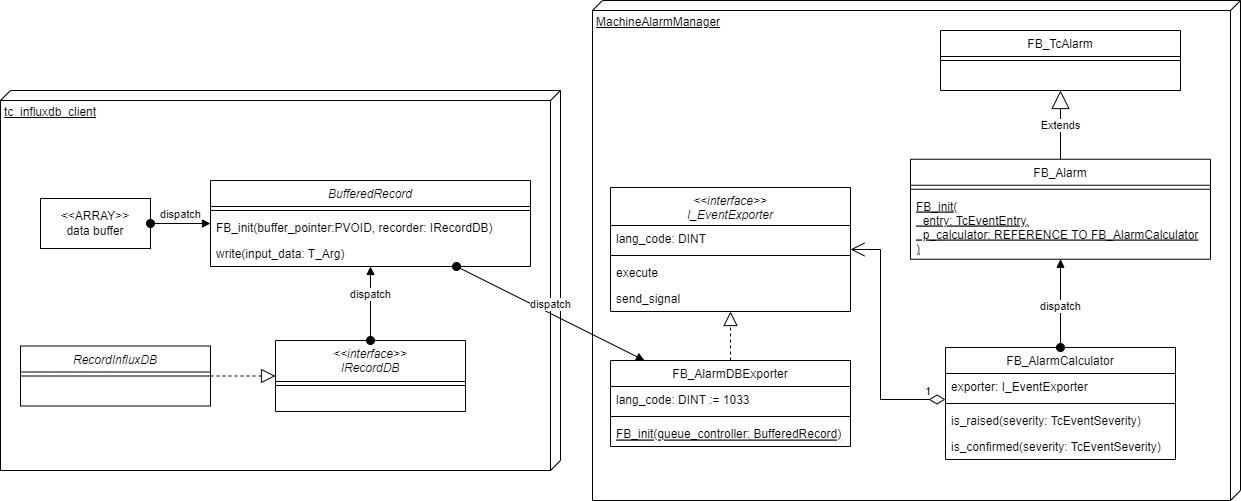
ta-ichihashi/TwinCATHowTo keeps this draw.io diagram as source/event_logger/assets/model.drawio.png. Above is the earlier version. Source tidied: cells renumbered, new cells last; positions are measured from the earlier drawing's top-left corner, leaving out a move shared by most shapes. Its diagram source:
```xml
<mxGraphModel>
  <root>
    <mxCell id="0" />
    <mxCell id="1" parent="0" />
    <mxCell id="2" value="MachineAlarmManager" style="verticalAlign=top;align=left;spacingTop=8;spacingLeft=2;spacingRight=12;shape=cube;size=10;direction=south;fontStyle=4;html=1;whiteSpace=wrap;" parent="1" vertex="1">
      <mxGeometry x="592" width="648" height="500" as="geometry" />
    </mxCell>
    <mxCell id="3" value="tc_influxdb_client" style="verticalAlign=top;align=left;spacingTop=8;spacingLeft=2;spacingRight=12;shape=cube;size=10;direction=south;fontStyle=4;html=1;whiteSpace=wrap;" parent="1" vertex="1">
      <mxGeometry y="90" width="560" height="380" as="geometry" />
    </mxCell>
    <mxCell id="4" value="&lt;&lt;interface&gt;&gt;&#10;I_EventExporter" style="swimlane;fontStyle=2;align=center;verticalAlign=top;horizontal=1;startSize=38;rounded=0;shadow=0;strokeWidth=1;" parent="1" vertex="1">
      <mxGeometry x="610" y="187" width="240" height="124" as="geometry" />
    </mxCell>
    <mxCell id="5" value="lang_code: DINT" style="text;align=left;verticalAlign=top;spacingLeft=4;spacingRight=4;overflow=hidden;" parent="4" vertex="1">
      <mxGeometry y="38" width="240" height="26" as="geometry" />
    </mxCell>
    <mxCell id="6" style="line;html=1;strokeWidth=1;align=left;verticalAlign=middle;spacingTop=-1;spacingLeft=3;spacingRight=3;labelPosition=right;" parent="4" vertex="1">
      <mxGeometry y="64" width="240" height="8" as="geometry" />
    </mxCell>
    <mxCell id="7" value="execute" style="text;align=left;verticalAlign=top;spacingLeft=4;spacingRight=4;overflow=hidden;" parent="4" vertex="1">
      <mxGeometry y="72" width="240" height="26" as="geometry" />
    </mxCell>
    <mxCell id="8" value="send_signal" style="text;align=left;verticalAlign=top;spacingLeft=4;spacingRight=4;overflow=hidden;" parent="4" vertex="1">
      <mxGeometry y="98" width="240" height="26" as="geometry" />
    </mxCell>
    <mxCell id="9" value="FB_AlarmDBExporter" style="swimlane;fontStyle=0;align=center;verticalAlign=top;horizontal=1;startSize=26;rounded=0;shadow=0;strokeWidth=1;" parent="1" vertex="1">
      <mxGeometry x="610" y="360" width="240" height="86" as="geometry" />
    </mxCell>
    <mxCell id="10" value="lang_code: DINT := 1033" style="text;align=left;verticalAlign=top;spacingLeft=4;spacingRight=4;overflow=hidden;rounded=0;shadow=0;html=0;" parent="9" vertex="1">
      <mxGeometry y="26" width="240" height="26" as="geometry" />
    </mxCell>
    <mxCell id="11" style="line;html=1;strokeWidth=1;align=left;verticalAlign=middle;spacingTop=-1;spacingLeft=3;spacingRight=3;labelPosition=right;" parent="9" vertex="1">
      <mxGeometry y="52" width="240" height="8" as="geometry" />
    </mxCell>
    <mxCell id="12" value="FB_init(queue_controller: BufferedRecord)" style="text;align=left;verticalAlign=top;spacingLeft=4;spacingRight=4;overflow=hidden;points=[[0,0.5],[1,0.5]];portConstraint=eastwest;fontStyle=4;" parent="9" vertex="1">
      <mxGeometry y="60" width="240" height="26" as="geometry" />
    </mxCell>
    <mxCell id="13" value="FB_AlarmCalculator" style="swimlane;fontStyle=0;align=center;verticalAlign=top;horizontal=1;startSize=26;rounded=0;shadow=0;strokeWidth=1;" parent="1" vertex="1">
      <mxGeometry x="945" y="347" width="230" height="112" as="geometry" />
    </mxCell>
    <mxCell id="14" value="exporter: I_EventExporter" style="text;align=left;verticalAlign=top;spacingLeft=4;spacingRight=4;overflow=hidden;points=[[0,0.5],[1,0.5]];portConstraint=eastwest;" parent="13" vertex="1">
      <mxGeometry y="26" width="230" height="26" as="geometry" />
    </mxCell>
    <mxCell id="15" style="line;html=1;strokeWidth=1;align=left;verticalAlign=middle;spacingTop=-1;spacingLeft=3;spacingRight=3;labelPosition=right;" parent="13" vertex="1">
      <mxGeometry y="52" width="230" height="8" as="geometry" />
    </mxCell>
    <mxCell id="16" value="is_raised(severity: TcEventSeverity)" style="text;align=left;verticalAlign=top;spacingLeft=4;spacingRight=4;overflow=hidden;" parent="13" vertex="1">
      <mxGeometry y="60" width="230" height="26" as="geometry" />
    </mxCell>
    <mxCell id="17" value="is_confirmed(severity: TcEventSeverity)" style="text;align=left;verticalAlign=top;spacingLeft=4;spacingRight=4;overflow=hidden;" parent="13" vertex="1">
      <mxGeometry y="86" width="230" height="26" as="geometry" />
    </mxCell>
    <mxCell id="18" value="BufferedRecord" style="swimlane;fontStyle=2;align=center;verticalAlign=top;horizontal=1;startSize=26;rounded=0;shadow=0;strokeWidth=1;" parent="1" vertex="1">
      <mxGeometry x="210" y="180" width="320" height="86" as="geometry" />
    </mxCell>
    <mxCell id="19" style="line;html=1;strokeWidth=1;align=left;verticalAlign=middle;spacingTop=-1;spacingLeft=3;spacingRight=3;labelPosition=right;" parent="18" vertex="1">
      <mxGeometry y="26" width="320" height="8" as="geometry" />
    </mxCell>
    <mxCell id="20" value="FB_init(buffer_pointer:PVOID, recorder: IRecordDB)" style="text;align=left;verticalAlign=top;spacingLeft=4;spacingRight=4;overflow=hidden;" parent="18" vertex="1">
      <mxGeometry y="34" width="320" height="26" as="geometry" />
    </mxCell>
    <mxCell id="21" value="write(input_data: T_Arg)" style="text;align=left;verticalAlign=top;spacingLeft=4;spacingRight=4;overflow=hidden;" parent="18" vertex="1">
      <mxGeometry y="60" width="320" height="26" as="geometry" />
    </mxCell>
    <mxCell id="22" value="1" style="endArrow=open;html=1;endSize=12;startArrow=diamondThin;startSize=14;startFill=0;edgeStyle=orthogonalEdgeStyle;align=left;verticalAlign=bottom;rounded=0;" parent="1" edge="1" source="14" target="4">
      <mxGeometry x="-0.82" y="1" relative="1" as="geometry">
        <Array as="points">
          <mxPoint x="880" y="399" />
          <mxPoint x="880" y="249" />
        </Array>
      </mxGeometry>
    </mxCell>
    <mxCell id="23" value="RecordInfluxDB" style="swimlane;fontStyle=2;align=center;verticalAlign=top;horizontal=1;startSize=26;rounded=0;shadow=0;strokeWidth=1;" parent="1" vertex="1">
      <mxGeometry x="20" y="345.5" width="190" height="60" as="geometry" />
    </mxCell>
    <mxCell id="24" style="line;html=1;strokeWidth=1;align=left;verticalAlign=middle;spacingTop=-1;spacingLeft=3;spacingRight=3;labelPosition=right;" parent="23" vertex="1">
      <mxGeometry y="26" width="190" height="8" as="geometry" />
    </mxCell>
    <mxCell id="25" value="&lt;&lt;interface&gt;&gt;&#10;IRecordDB" style="swimlane;fontStyle=2;align=center;verticalAlign=top;horizontal=1;startSize=41;rounded=0;shadow=0;strokeWidth=1;" parent="1" vertex="1">
      <mxGeometry x="275" y="340" width="190" height="71" as="geometry" />
    </mxCell>
    <mxCell id="26" style="line;html=1;strokeWidth=1;align=left;verticalAlign=middle;spacingTop=-1;spacingLeft=3;spacingRight=3;labelPosition=right;" parent="25" vertex="1">
      <mxGeometry y="41" width="190" height="8" as="geometry" />
    </mxCell>
    <mxCell id="27" style="endArrow=block;dashed=1;endFill=0;endSize=12;html=1;rounded=0;" parent="1" edge="1" source="23" target="25">
      <mxGeometry relative="1" as="geometry" />
    </mxCell>
    <mxCell id="28" style="endArrow=block;dashed=1;endFill=0;endSize=12;html=1;rounded=0;" parent="1" edge="1" source="9" target="4">
      <mxGeometry relative="1" as="geometry" />
    </mxCell>
    <mxCell id="29" value="dispatch" style="html=1;verticalAlign=bottom;startArrow=oval;startFill=1;endArrow=block;startSize=8;curved=0;rounded=0;" parent="1" edge="1" source="25" target="18">
      <mxGeometry relative="1" as="geometry" />
    </mxCell>
    <mxCell id="30" value="&amp;lt;&amp;lt;ARRAY&amp;gt;&amp;gt;&lt;br&gt;data buffer" style="html=1;whiteSpace=wrap;" parent="1" vertex="1">
      <mxGeometry x="40" y="198" width="110" height="50" as="geometry" />
    </mxCell>
    <mxCell id="31" value="dispatch" style="html=1;verticalAlign=bottom;startArrow=oval;startFill=1;endArrow=block;startSize=8;curved=0;rounded=0;" parent="1" edge="1" source="30" target="18">
      <mxGeometry relative="1" as="geometry" />
    </mxCell>
    <mxCell id="32" value="dispatch" style="html=1;verticalAlign=bottom;startArrow=oval;startFill=1;endArrow=block;startSize=8;curved=0;rounded=0;" parent="1" edge="1" source="18" target="9">
      <mxGeometry relative="1" as="geometry" />
    </mxCell>
    <mxCell id="33" value="FB_Alarm" style="swimlane;fontStyle=0;align=center;verticalAlign=top;horizontal=1;startSize=26;rounded=0;shadow=0;strokeWidth=1;" parent="1" vertex="1">
      <mxGeometry x="910" y="158.8" width="300" height="100" as="geometry" />
    </mxCell>
    <mxCell id="34" style="line;html=1;strokeWidth=1;align=left;verticalAlign=middle;spacingTop=-1;spacingLeft=3;spacingRight=3;labelPosition=right;" parent="33" vertex="1">
      <mxGeometry y="26" width="300" height="8" as="geometry" />
    </mxCell>
    <mxCell id="35" value="FB_init(&#10;  entry: TcEventEntry, &#10;  p_calculator: REFERENCE TO FB_AlarmCalculator&#10;)" style="text;align=left;verticalAlign=top;spacingLeft=4;spacingRight=4;overflow=hidden;fontStyle=4;" parent="33" vertex="1">
      <mxGeometry y="34" width="300" height="66" as="geometry" />
    </mxCell>
    <mxCell id="36" value="FB_TcAlarm" style="swimlane;fontStyle=0;align=center;verticalAlign=top;horizontal=1;startSize=26;rounded=0;shadow=0;strokeWidth=1;" parent="1" vertex="1">
      <mxGeometry x="940" y="30" width="240" height="60" as="geometry" />
    </mxCell>
    <mxCell id="37" style="line;html=1;strokeWidth=1;align=left;verticalAlign=middle;spacingTop=-1;spacingLeft=3;spacingRight=3;labelPosition=right;" parent="36" vertex="1">
      <mxGeometry y="26" width="240" height="8" as="geometry" />
    </mxCell>
    <mxCell id="38" value="Extends" style="endArrow=block;endSize=16;endFill=0;html=1;rounded=0;" parent="1" edge="1" source="33" target="36">
      <mxGeometry relative="1" as="geometry" />
    </mxCell>
    <mxCell id="39" value="dispatch" style="html=1;verticalAlign=bottom;startArrow=oval;startFill=1;endArrow=block;startSize=8;curved=0;rounded=0;" parent="1" edge="1" source="13" target="33">
      <mxGeometry x="-0.28" relative="1" as="geometry" />
    </mxCell>
  </root>
</mxGraphModel>
```
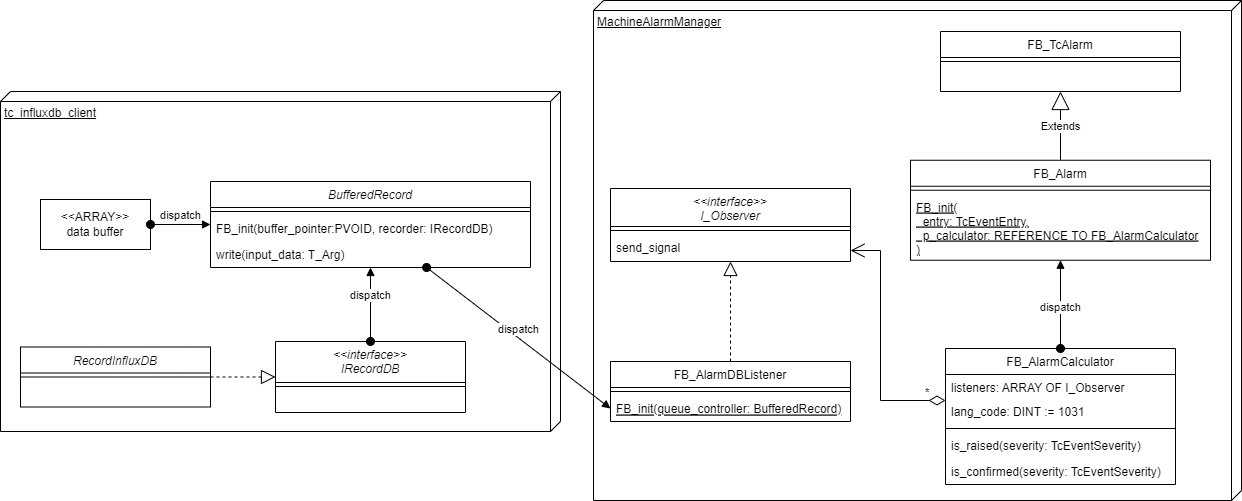
The same file after the commit.

Diff of the diagram source:
```diff
@@ -3,52 +3,46 @@
     <mxCell id="0" />
     <mxCell id="1" parent="0" />
     <mxCell id="2" value="MachineAlarmManager" style="verticalAlign=top;align=left;spacingTop=8;spacingLeft=2;spacingRight=12;shape=cube;size=10;direction=south;fontStyle=4;html=1;whiteSpace=wrap;" parent="1" vertex="1">
-      <mxGeometry x="592" width="648" height="500" as="geometry" />
+      <mxGeometry x="593" y="-1" width="648" height="500" as="geometry" />
     </mxCell>
     <mxCell id="3" value="tc_influxdb_client" style="verticalAlign=top;align=left;spacingTop=8;spacingLeft=2;spacingRight=12;shape=cube;size=10;direction=south;fontStyle=4;html=1;whiteSpace=wrap;" parent="1" vertex="1">
-      <mxGeometry y="90" width="560" height="380" as="geometry" />
+      <mxGeometry y="90" width="560" height="340" as="geometry" />
     </mxCell>
-    <mxCell id="4" value="&lt;&lt;interface&gt;&gt;&#10;I_EventExporter" style="swimlane;fontStyle=2;align=center;verticalAlign=top;horizontal=1;startSize=38;rounded=0;shadow=0;strokeWidth=1;" parent="1" vertex="1">
-      <mxGeometry x="610" y="187" width="240" height="124" as="geometry" />
+    <mxCell id="4" value="&lt;&lt;interface&gt;&gt;&#10;I_Observer" style="swimlane;fontStyle=2;align=center;verticalAlign=top;horizontal=1;startSize=38;rounded=0;shadow=0;strokeWidth=1;" parent="1" vertex="1">
+      <mxGeometry x="610" y="187" width="240" height="73" as="geometry" />
     </mxCell>
-    <mxCell id="5" value="lang_code: DINT" style="text;align=left;verticalAlign=top;spacingLeft=4;spacingRight=4;overflow=hidden;" parent="4" vertex="1">
-      <mxGeometry y="38" width="240" height="26" as="geometry" />
-    </mxCell>
     <mxCell id="6" style="line;html=1;strokeWidth=1;align=left;verticalAlign=middle;spacingTop=-1;spacingLeft=3;spacingRight=3;labelPosition=right;" parent="4" vertex="1">
-      <mxGeometry y="64" width="240" height="8" as="geometry" />
+      <mxGeometry y="38" width="240" height="8" as="geometry" />
     </mxCell>
-    <mxCell id="7" value="execute" style="text;align=left;verticalAlign=top;spacingLeft=4;spacingRight=4;overflow=hidden;" parent="4" vertex="1">
-      <mxGeometry y="72" width="240" height="26" as="geometry" />
-    </mxCell>
     <mxCell id="8" value="send_signal" style="text;align=left;verticalAlign=top;spacingLeft=4;spacingRight=4;overflow=hidden;" parent="4" vertex="1">
-      <mxGeometry y="98" width="240" height="26" as="geometry" />
+      <mxGeometry y="46" width="240" height="26" as="geometry" />
     </mxCell>
-    <mxCell id="9" value="FB_AlarmDBExporter" style="swimlane;fontStyle=0;align=center;verticalAlign=top;horizontal=1;startSize=26;rounded=0;shadow=0;strokeWidth=1;" parent="1" vertex="1">
-      <mxGeometry x="610" y="360" width="240" height="86" as="geometry" />
+    <mxCell id="9" value="FB_AlarmDBListener" style="swimlane;fontStyle=0;align=center;verticalAlign=top;horizontal=1;startSize=26;rounded=0;shadow=0;strokeWidth=1;" parent="1" vertex="1">
+      <mxGeometry x="610" y="360" width="240" height="60" as="geometry" />
     </mxCell>
-    <mxCell id="10" value="lang_code: DINT := 1033" style="text;align=left;verticalAlign=top;spacingLeft=4;spacingRight=4;overflow=hidden;rounded=0;shadow=0;html=0;" parent="9" vertex="1">
-      <mxGeometry y="26" width="240" height="26" as="geometry" />
-    </mxCell>
     <mxCell id="11" style="line;html=1;strokeWidth=1;align=left;verticalAlign=middle;spacingTop=-1;spacingLeft=3;spacingRight=3;labelPosition=right;" parent="9" vertex="1">
-      <mxGeometry y="52" width="240" height="8" as="geometry" />
+      <mxGeometry y="26" width="240" height="8" as="geometry" />
     </mxCell>
     <mxCell id="12" value="FB_init(queue_controller: BufferedRecord)" style="text;align=left;verticalAlign=top;spacingLeft=4;spacingRight=4;overflow=hidden;points=[[0,0.5],[1,0.5]];portConstraint=eastwest;fontStyle=4;" parent="9" vertex="1">
-      <mxGeometry y="60" width="240" height="26" as="geometry" />
+      <mxGeometry y="34" width="240" height="26" as="geometry" />
     </mxCell>
     <mxCell id="13" value="FB_AlarmCalculator" style="swimlane;fontStyle=0;align=center;verticalAlign=top;horizontal=1;startSize=26;rounded=0;shadow=0;strokeWidth=1;" parent="1" vertex="1">
-      <mxGeometry x="945" y="347" width="230" height="112" as="geometry" />
+      <mxGeometry x="945" y="347" width="230" height="136" as="geometry" />
     </mxCell>
-    <mxCell id="14" value="exporter: I_EventExporter" style="text;align=left;verticalAlign=top;spacingLeft=4;spacingRight=4;overflow=hidden;points=[[0,0.5],[1,0.5]];portConstraint=eastwest;" parent="13" vertex="1">
-      <mxGeometry y="26" width="230" height="26" as="geometry" />
+    <mxCell id="14" value="listeners: ARRAY OF I_Observer" style="text;align=left;verticalAlign=top;spacingLeft=4;spacingRight=4;overflow=hidden;points=[[0,0.5],[1,0.5]];portConstraint=eastwest;" parent="13" vertex="1">
+      <mxGeometry y="26" width="230" height="24" as="geometry" />
     </mxCell>
+    <mxCell id="40" value="lang_code: DINT := 1031" style="text;align=left;verticalAlign=top;spacingLeft=4;spacingRight=4;overflow=hidden;" parent="13" vertex="1">
+      <mxGeometry y="50" width="230" height="26" as="geometry" />
+    </mxCell>
     <mxCell id="15" style="line;html=1;strokeWidth=1;align=left;verticalAlign=middle;spacingTop=-1;spacingLeft=3;spacingRight=3;labelPosition=right;" parent="13" vertex="1">
-      <mxGeometry y="52" width="230" height="8" as="geometry" />
+      <mxGeometry y="76" width="230" height="8" as="geometry" />
     </mxCell>
     <mxCell id="16" value="is_raised(severity: TcEventSeverity)" style="text;align=left;verticalAlign=top;spacingLeft=4;spacingRight=4;overflow=hidden;" parent="13" vertex="1">
-      <mxGeometry y="60" width="230" height="26" as="geometry" />
+      <mxGeometry y="84" width="230" height="26" as="geometry" />
     </mxCell>
     <mxCell id="17" value="is_confirmed(severity: TcEventSeverity)" style="text;align=left;verticalAlign=top;spacingLeft=4;spacingRight=4;overflow=hidden;" parent="13" vertex="1">
-      <mxGeometry y="86" width="230" height="26" as="geometry" />
+      <mxGeometry y="110" width="230" height="26" as="geometry" />
     </mxCell>
     <mxCell id="18" value="BufferedRecord" style="swimlane;fontStyle=2;align=center;verticalAlign=top;horizontal=1;startSize=26;rounded=0;shadow=0;strokeWidth=1;" parent="1" vertex="1">
       <mxGeometry x="210" y="180" width="320" height="86" as="geometry" />
@@ -62,7 +56,7 @@
     <mxCell id="21" value="write(input_data: T_Arg)" style="text;align=left;verticalAlign=top;spacingLeft=4;spacingRight=4;overflow=hidden;" parent="18" vertex="1">
       <mxGeometry y="60" width="320" height="26" as="geometry" />
     </mxCell>
-    <mxCell id="22" value="1" style="endArrow=open;html=1;endSize=12;startArrow=diamondThin;startSize=14;startFill=0;edgeStyle=orthogonalEdgeStyle;align=left;verticalAlign=bottom;rounded=0;" parent="1" edge="1" source="14" target="4">
+    <mxCell id="22" value="*" style="endArrow=open;html=1;endSize=12;startArrow=diamondThin;startSize=14;startFill=0;edgeStyle=orthogonalEdgeStyle;align=left;verticalAlign=bottom;rounded=0;" parent="1" edge="1" source="13" target="4">
       <mxGeometry x="-0.82" y="1" relative="1" as="geometry">
         <Array as="points">
           <mxPoint x="880" y="399" />
@@ -97,7 +91,7 @@
     <mxCell id="31" value="dispatch" style="html=1;verticalAlign=bottom;startArrow=oval;startFill=1;endArrow=block;startSize=8;curved=0;rounded=0;" parent="1" edge="1" source="30" target="18">
       <mxGeometry relative="1" as="geometry" />
     </mxCell>
-    <mxCell id="32" value="dispatch" style="html=1;verticalAlign=bottom;startArrow=oval;startFill=1;endArrow=block;startSize=8;curved=0;rounded=0;" parent="1" edge="1" source="18" target="9">
+    <mxCell id="32" value="dispatch" style="html=1;verticalAlign=bottom;startArrow=oval;startFill=1;endArrow=block;startSize=8;curved=0;rounded=0;entryX=0;entryY=0.5;entryDx=0;entryDy=0;" parent="1" edge="1" source="18" target="12">
       <mxGeometry relative="1" as="geometry" />
     </mxCell>
     <mxCell id="33" value="FB_Alarm" style="swimlane;fontStyle=0;align=center;verticalAlign=top;horizontal=1;startSize=26;rounded=0;shadow=0;strokeWidth=1;" parent="1" vertex="1">
```
